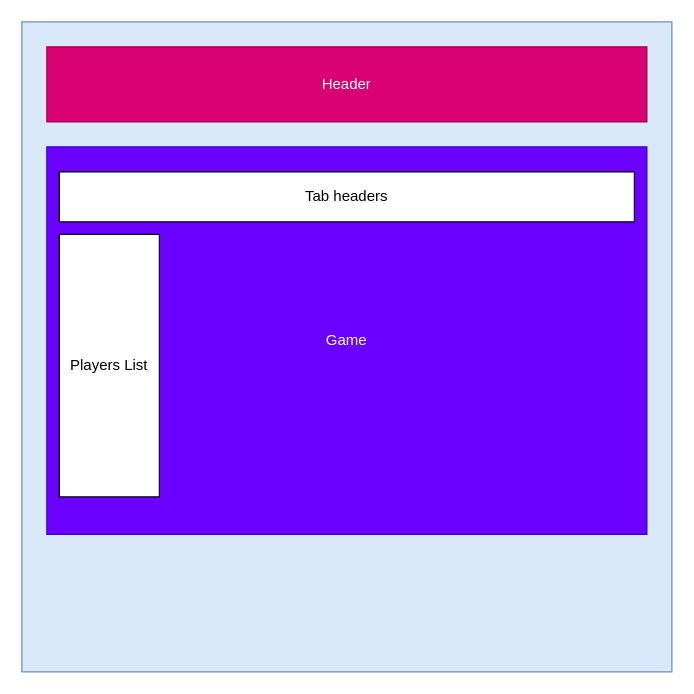
Above: page "Page-1" (2 of 2) of structure.drawio in aw-coding/Vue-Drinking-Game-App (draw.io), before the change. Source tidied: cells renumbered, new cells numbered last; positions are measured from the earlier drawing's top-left corner, leaving out a move shared by most shapes. Both pictures are drawn from the tidied source at 125%, with x=0, y=0 at pixel (21, 21).
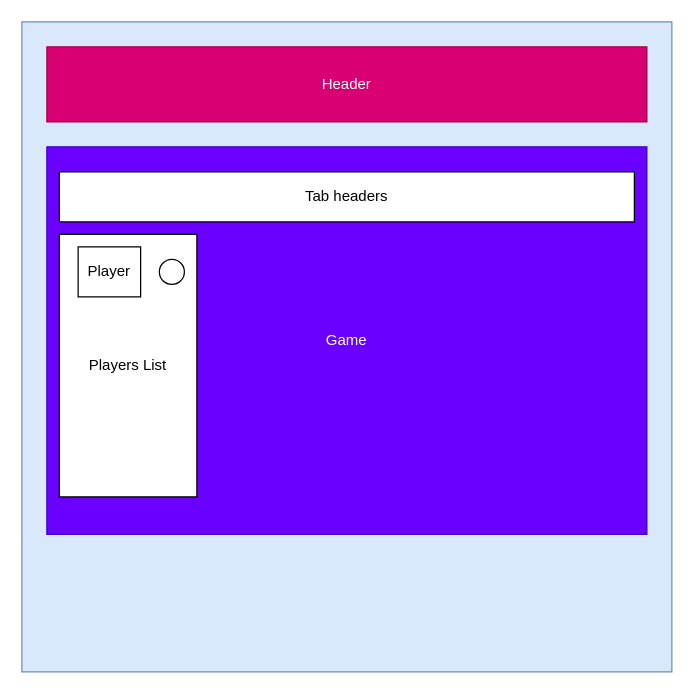
Above is the later version.

Change to the diagram source:
```diff
@@
 <mxGraphModel>
   <root>
     <mxCell id="0" />
     <mxCell id="1" parent="0" />
     <mxCell id="2" style="whiteSpace=wrap;html=1;fillColor=#dae8fc;strokeColor=#6c8ebf;" parent="1" vertex="1">
       <mxGeometry width="520" height="520" as="geometry" />
     </mxCell>
     <mxCell id="3" value="Header" style="rounded=0;whiteSpace=wrap;html=1;fillColor=#d80073;strokeColor=#A50040;fontColor=#ffffff;" parent="1" vertex="1">
       <mxGeometry x="20" y="20" width="480" height="60" as="geometry" />
     </mxCell>
     <mxCell id="4" value="Game" style="rounded=0;whiteSpace=wrap;html=1;fillColor=#6a00ff;strokeColor=#3700CC;fontColor=#ffffff;" parent="1" vertex="1">
       <mxGeometry x="20" y="100" width="480" height="310" as="geometry" />
     </mxCell>
     <mxCell id="5" value="Tab headers" style="rounded=0;whiteSpace=wrap;html=1;" parent="1" vertex="1">
       <mxGeometry x="30" y="120" width="460" height="40" as="geometry" />
     </mxCell>
     <mxCell id="6" value="Players List" style="rounded=0;whiteSpace=wrap;html=1;" parent="1" vertex="1">
-      <mxGeometry x="30" y="170" width="80" height="210" as="geometry" />
+      <mxGeometry x="30" y="170" width="110" height="210" as="geometry" />
     </mxCell>
+    <mxCell id="7" value="Player" style="rounded=0;whiteSpace=wrap;html=1;" parent="1" vertex="1">
+      <mxGeometry x="45" y="180" width="50" height="40" as="geometry" />
+    </mxCell>
+    <mxCell id="8" style="ellipse;whiteSpace=wrap;html=1;" parent="1" vertex="1">
+      <mxGeometry x="110" y="190" width="20" height="20" as="geometry" />
+    </mxCell>
   </root>
 </mxGraphModel>
```
